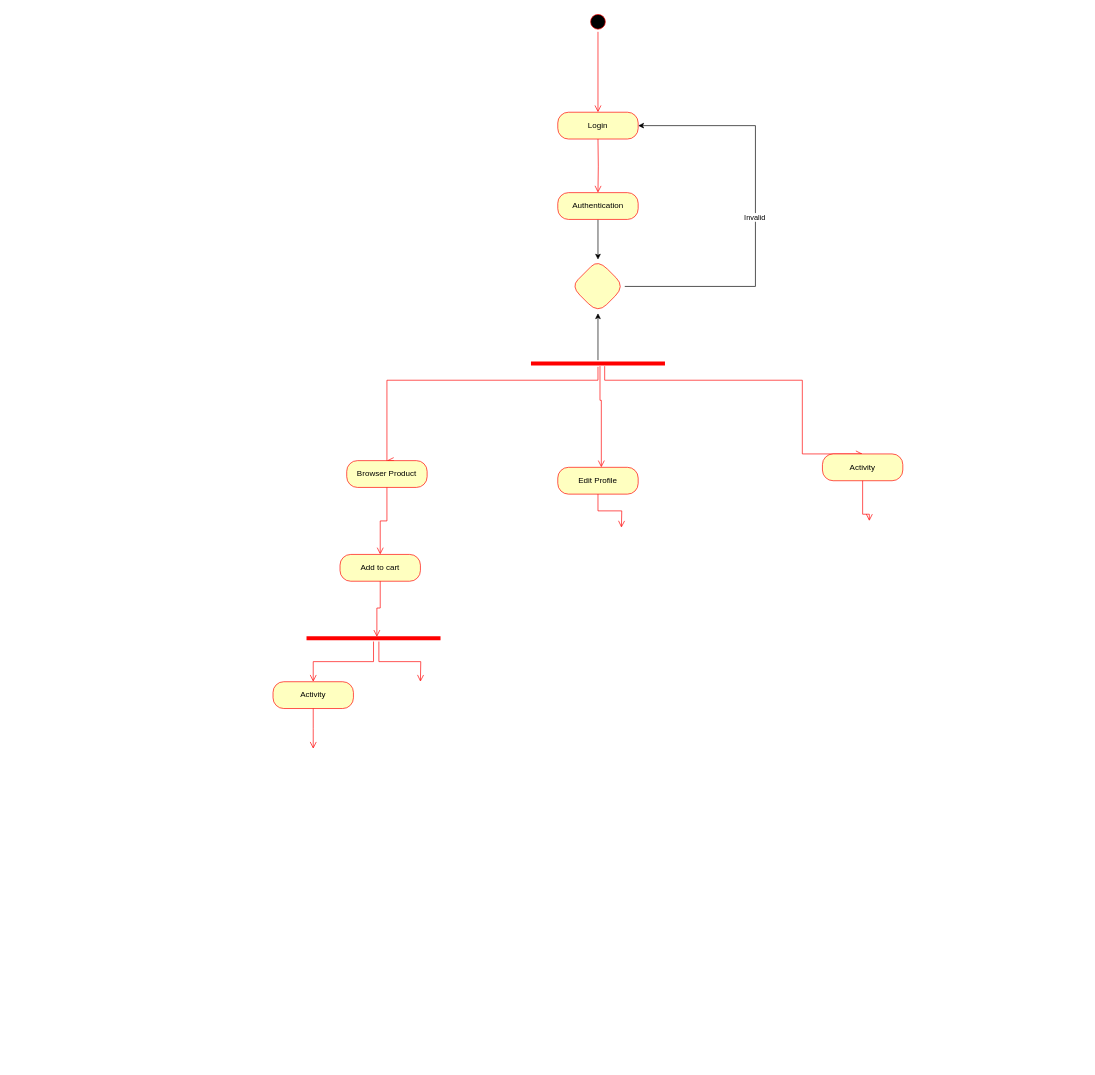
J-Massoda/Agri-business keeps this draw.io diagram as page "Page-2" (2 of 3) of agri-business class diagram.drawio. Above is the earlier version. Source tidied: cells renumbered, new cells numbered last; positions are measured from the earlier drawing's top-left corner, leaving out a move shared by most shapes. Both pictures are drawn from the tidied source at 67%, with x=0, y=0 at pixel (273, 11).
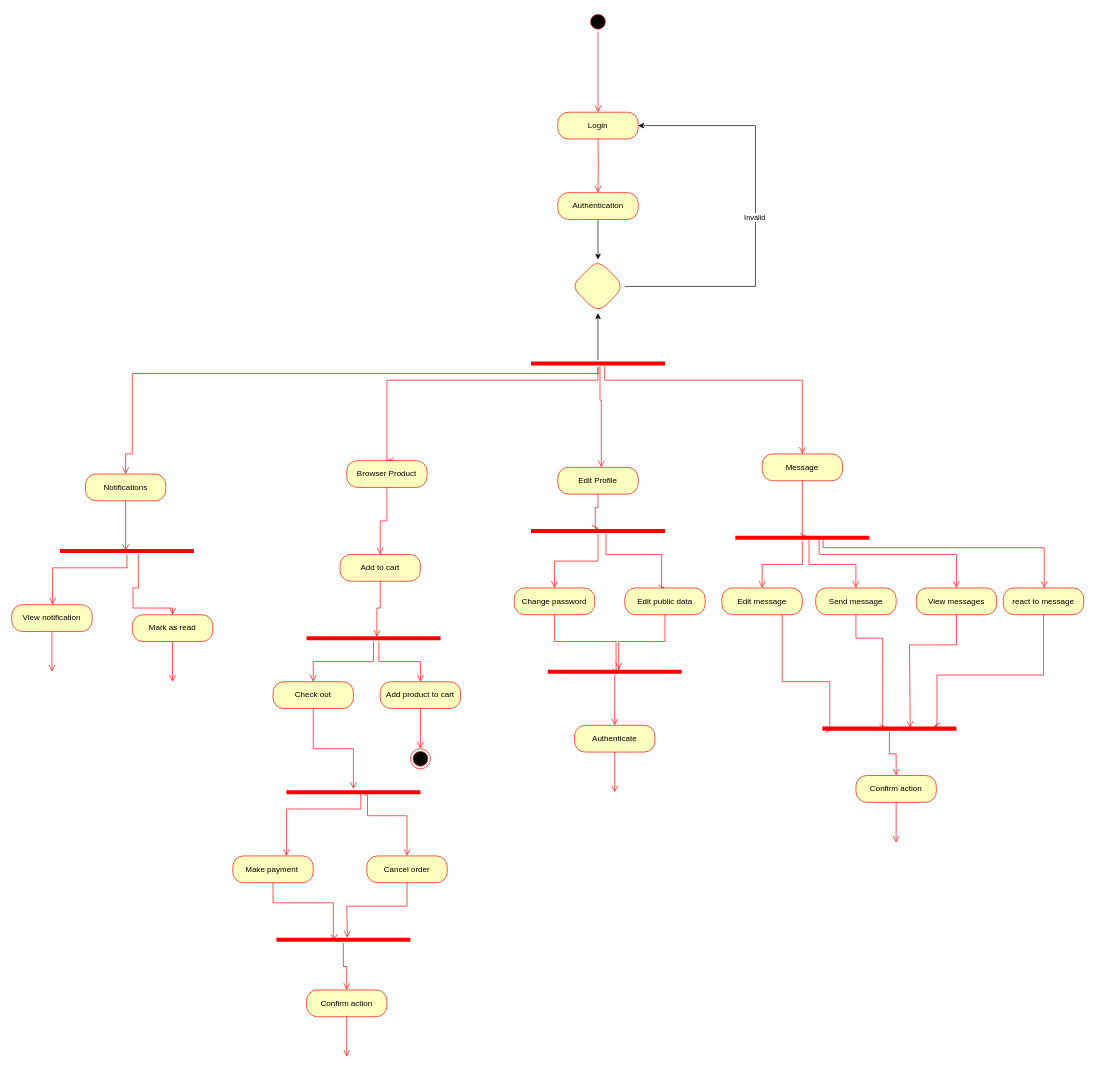
The same diagram, later.

Unchanged cells that the change refers to:
```xml
<mxCell id="10" style="shape=line;html=1;strokeWidth=6;strokeColor=#ff0000;" parent="1" vertex="1">
  <mxGeometry x="385" y="520" width="200" height="10" as="geometry" />
</mxCell>
<mxCell id="18" value="Edit Profile" style="rounded=1;whiteSpace=wrap;html=1;arcSize=40;fontColor=#000000;fillColor=#ffffc0;strokeColor=#ff0000;" parent="1" vertex="1">
  <mxGeometry x="425" y="680" width="120" height="40" as="geometry" />
</mxCell>
<mxCell id="24" style="shape=line;html=1;strokeWidth=6;strokeColor=#ff0000;" parent="1" vertex="1">
  <mxGeometry x="50" y="930" width="200" height="10" as="geometry" />
</mxCell>
```

Diff of the diagram source:
```diff
@@
-    <mxCell id="19" style="edgeStyle=orthogonalEdgeStyle;html=1;verticalAlign=bottom;endArrow=open;endSize=8;strokeColor=#ff0000;rounded=0;" parent="1" edge="1" source="18">
+    <mxCell id="19" style="edgeStyle=orthogonalEdgeStyle;html=1;verticalAlign=bottom;endArrow=open;endSize=8;strokeColor=#ff0000;rounded=0;entryX=0.505;entryY=0.1;entryDx=0;entryDy=0;entryPerimeter=0;" parent="1" edge="1" source="18" target="43">
       <mxGeometry relative="1" as="geometry">
-        <mxPoint x="520" y="770" as="targetPoint" />
+        <Array as="points">
+          <mxPoint x="485" y="740" />
+          <mxPoint x="481" y="740" />
+        </Array>
       </mxGeometry>
     </mxCell>
-    <mxCell id="20" value="Activity" style="rounded=1;whiteSpace=wrap;html=1;arcSize=40;fontColor=#000000;fillColor=#ffffc0;strokeColor=#ff0000;" parent="1" vertex="1">
-      <mxGeometry x="820" y="660" width="120" height="40" as="geometry" />
+    <mxCell id="20" value="Message" style="rounded=1;whiteSpace=wrap;html=1;arcSize=40;fontColor=#000000;fillColor=#ffffc0;strokeColor=#ff0000;" parent="1" vertex="1">
+      <mxGeometry x="730" y="660" width="120" height="40" as="geometry" />
     </mxCell>
-    <mxCell id="21" style="edgeStyle=orthogonalEdgeStyle;html=1;verticalAlign=bottom;endArrow=open;endSize=8;strokeColor=#ff0000;rounded=0;" parent="1" edge="1" source="20">
+    <mxCell id="21" style="edgeStyle=orthogonalEdgeStyle;html=1;verticalAlign=bottom;endArrow=open;endSize=8;strokeColor=#ff0000;rounded=0;entryX=0.535;entryY=0.3;entryDx=0;entryDy=0;entryPerimeter=0;" parent="1" edge="1" source="20" target="54">
       <mxGeometry relative="1" as="geometry">
-        <mxPoint x="890" y="760" as="targetPoint" />
         <Array as="points">
-          <mxPoint x="880" y="750" />
-          <mxPoint x="890" y="750" />
+          <mxPoint x="790" y="783" />
         </Array>
       </mxGeometry>
     </mxCell>
@@
-    <mxCell id="26" style="edgeStyle=orthogonalEdgeStyle;html=1;verticalAlign=bottom;endArrow=open;endSize=8;strokeColor=#ff0000;rounded=0;exitX=0.54;exitY=1;exitDx=0;exitDy=0;exitPerimeter=0;" parent="1" edge="1" source="24">
-      <mxGeometry relative="1" as="geometry">
-        <mxPoint x="220" y="1000" as="targetPoint" />
-      </mxGeometry>
+    <mxCell id="26" style="edgeStyle=orthogonalEdgeStyle;html=1;verticalAlign=bottom;endArrow=open;endSize=8;strokeColor=#ff0000;rounded=0;exitX=0.54;exitY=1;exitDx=0;exitDy=0;exitPerimeter=0;" parent="1" edge="1" source="24" target="29">
+      <mxGeometry relative="1" as="geometry" />
     </mxCell>
-    <mxCell id="27" value="Activity" style="rounded=1;whiteSpace=wrap;html=1;arcSize=40;fontColor=#000000;fillColor=#ffffc0;strokeColor=#ff0000;" parent="1" vertex="1">
+    <mxCell id="27" value="Check out" style="rounded=1;whiteSpace=wrap;html=1;arcSize=40;fontColor=#000000;fillColor=#ffffc0;strokeColor=#ff0000;" parent="1" vertex="1">
       <mxGeometry y="1000" width="120" height="40" as="geometry" />
     </mxCell>
-    <mxCell id="28" style="edgeStyle=orthogonalEdgeStyle;html=1;verticalAlign=bottom;endArrow=open;endSize=8;strokeColor=#ff0000;rounded=0;" parent="1" edge="1" source="27">
-      <mxGeometry relative="1" as="geometry">
-        <mxPoint x="60" y="1100" as="targetPoint" />
-      </mxGeometry>
+    <mxCell id="28" style="edgeStyle=orthogonalEdgeStyle;html=1;verticalAlign=bottom;endArrow=open;endSize=8;strokeColor=#ff0000;rounded=0;" parent="1" edge="1" source="27" target="32">
+      <mxGeometry relative="1" as="geometry" />
     </mxCell>
+    <mxCell id="29" value="Add product to cart" style="rounded=1;whiteSpace=wrap;html=1;arcSize=40;fontColor=#000000;fillColor=#ffffc0;strokeColor=#ff0000;" parent="1" vertex="1">
+      <mxGeometry x="160" y="1000" width="120" height="40" as="geometry" />
+    </mxCell>
+    <mxCell id="30" style="edgeStyle=orthogonalEdgeStyle;html=1;verticalAlign=bottom;endArrow=open;endSize=8;strokeColor=#ff0000;rounded=0;" parent="1" edge="1" source="29" target="31">
+      <mxGeometry relative="1" as="geometry" />
+    </mxCell>
+    <mxCell id="31" style="ellipse;html=1;shape=endState;fillColor=#000000;strokeColor=#ff0000;" parent="1" vertex="1">
+      <mxGeometry x="205" y="1100" width="30" height="30" as="geometry" />
+    </mxCell>
+    <mxCell id="32" style="shape=line;html=1;strokeWidth=6;strokeColor=#ff0000;" parent="1" vertex="1">
+      <mxGeometry x="20" y="1160" width="200" height="10" as="geometry" />
+    </mxCell>
+    <mxCell id="33" style="edgeStyle=orthogonalEdgeStyle;html=1;verticalAlign=bottom;endArrow=open;endSize=8;strokeColor=#ff0000;rounded=0;exitX=0.555;exitY=0.6;exitDx=0;exitDy=0;exitPerimeter=0;" parent="1" edge="1" source="32" target="34">
+      <mxGeometry relative="1" as="geometry">
+        <Array as="points">
+          <mxPoint x="131" y="1190" />
+          <mxPoint x="20" y="1190" />
+        </Array>
+      </mxGeometry>
+    </mxCell>
+    <mxCell id="34" value="Make payment&amp;nbsp;" style="rounded=1;whiteSpace=wrap;html=1;arcSize=40;fontColor=#000000;fillColor=#ffffc0;strokeColor=#ff0000;" parent="1" vertex="1">
+      <mxGeometry x="-60" y="1260" width="120" height="40" as="geometry" />
+    </mxCell>
+    <mxCell id="35" style="edgeStyle=orthogonalEdgeStyle;html=1;verticalAlign=bottom;endArrow=open;endSize=8;strokeColor=#ff0000;rounded=0;entryX=0.43;entryY=0.7;entryDx=0;entryDy=0;entryPerimeter=0;" parent="1" edge="1" source="34" target="39">
+      <mxGeometry relative="1" as="geometry">
+        <Array as="points">
+          <mxPoint y="1330" />
+          <mxPoint x="90" y="1330" />
+          <mxPoint x="90" y="1380" />
+          <mxPoint x="91" y="1380" />
+        </Array>
+      </mxGeometry>
+    </mxCell>
+    <mxCell id="36" value="Cancel order" style="rounded=1;whiteSpace=wrap;html=1;arcSize=40;fontColor=#000000;fillColor=#ffffc0;strokeColor=#ff0000;" parent="1" vertex="1">
+      <mxGeometry x="140" y="1260" width="120" height="40" as="geometry" />
+    </mxCell>
+    <mxCell id="37" style="edgeStyle=orthogonalEdgeStyle;html=1;verticalAlign=bottom;endArrow=open;endSize=8;strokeColor=#ff0000;rounded=0;entryX=0.53;entryY=0.2;entryDx=0;entryDy=0;entryPerimeter=0;" parent="1" edge="1" source="36" target="39">
+      <mxGeometry relative="1" as="geometry">
+        <Array as="points">
+          <mxPoint x="200" y="1335" />
+          <mxPoint x="110" y="1335" />
+        </Array>
+      </mxGeometry>
+    </mxCell>
+    <mxCell id="38" style="edgeStyle=orthogonalEdgeStyle;html=1;verticalAlign=bottom;endArrow=open;endSize=8;strokeColor=#ff0000;rounded=0;exitX=0.58;exitY=0.9;exitDx=0;exitDy=0;exitPerimeter=0;" parent="1" edge="1" source="32" target="36">
+      <mxGeometry relative="1" as="geometry">
+        <Array as="points">
+          <mxPoint x="141" y="1169" />
+          <mxPoint x="141" y="1200" />
+          <mxPoint x="200" y="1200" />
+        </Array>
+      </mxGeometry>
+    </mxCell>
+    <mxCell id="39" style="shape=line;html=1;strokeWidth=6;strokeColor=#ff0000;" parent="1" vertex="1">
+      <mxGeometry x="5" y="1380" width="200" height="10" as="geometry" />
+    </mxCell>
+    <mxCell id="40" style="edgeStyle=orthogonalEdgeStyle;html=1;verticalAlign=bottom;endArrow=open;endSize=8;strokeColor=#ff0000;rounded=0;" parent="1" edge="1" source="39" target="41">
+      <mxGeometry relative="1" as="geometry" />
+    </mxCell>
+    <mxCell id="41" value="Confirm action" style="rounded=1;whiteSpace=wrap;html=1;arcSize=40;fontColor=#000000;fillColor=#ffffc0;strokeColor=#ff0000;" parent="1" vertex="1">
+      <mxGeometry x="50" y="1460" width="120" height="40" as="geometry" />
+    </mxCell>
+    <mxCell id="42" style="edgeStyle=orthogonalEdgeStyle;html=1;verticalAlign=bottom;endArrow=open;endSize=8;strokeColor=#ff0000;rounded=0;" parent="1" edge="1" source="41">
+      <mxGeometry relative="1" as="geometry">
+        <mxPoint x="110" y="1560" as="targetPoint" />
+      </mxGeometry>
+    </mxCell>
+    <mxCell id="43" style="shape=line;html=1;strokeWidth=6;strokeColor=#ff0000;" parent="1" vertex="1">
+      <mxGeometry x="385" y="770" width="200" height="10" as="geometry" />
+    </mxCell>
+    <mxCell id="44" style="edgeStyle=orthogonalEdgeStyle;html=1;verticalAlign=bottom;endArrow=open;endSize=8;strokeColor=#ff0000;rounded=0;" parent="1" edge="1" source="43" target="46">
+      <mxGeometry relative="1" as="geometry" />
+    </mxCell>
+    <mxCell id="45" style="edgeStyle=orthogonalEdgeStyle;html=1;verticalAlign=bottom;endArrow=open;endSize=8;strokeColor=#ff0000;rounded=0;exitX=0.56;exitY=0.9;exitDx=0;exitDy=0;exitPerimeter=0;entryX=0.5;entryY=0;entryDx=0;entryDy=0;" parent="1" edge="1" source="43" target="48">
+      <mxGeometry relative="1" as="geometry">
+        <Array as="points">
+          <mxPoint x="497" y="810" />
+          <mxPoint x="580" y="810" />
+          <mxPoint x="580" y="860" />
+        </Array>
+      </mxGeometry>
+    </mxCell>
+    <mxCell id="46" value="Change password" style="rounded=1;whiteSpace=wrap;html=1;arcSize=40;fontColor=#000000;fillColor=#ffffc0;strokeColor=#ff0000;" parent="1" vertex="1">
+      <mxGeometry x="360" y="860" width="120" height="40" as="geometry" />
+    </mxCell>
+    <mxCell id="47" style="edgeStyle=orthogonalEdgeStyle;html=1;verticalAlign=bottom;endArrow=open;endSize=8;strokeColor=#ff0000;rounded=0;entryX=0.51;entryY=1;entryDx=0;entryDy=0;entryPerimeter=0;" parent="1" edge="1" source="46" target="50">
+      <mxGeometry relative="1" as="geometry">
+        <Array as="points">
+          <mxPoint x="420" y="940" />
+          <mxPoint x="512" y="940" />
+        </Array>
+      </mxGeometry>
+    </mxCell>
+    <mxCell id="48" value="Edit public data" style="rounded=1;whiteSpace=wrap;html=1;arcSize=40;fontColor=#000000;fillColor=#ffffc0;strokeColor=#ff0000;" parent="1" vertex="1">
+      <mxGeometry x="525" y="860" width="120" height="40" as="geometry" />
+    </mxCell>
+    <mxCell id="49" style="edgeStyle=orthogonalEdgeStyle;html=1;verticalAlign=bottom;endArrow=open;endSize=8;strokeColor=#ff0000;rounded=0;entryX=0.53;entryY=0.2;entryDx=0;entryDy=0;entryPerimeter=0;" parent="1" edge="1" source="48" target="50">
+      <mxGeometry relative="1" as="geometry" />
+    </mxCell>
+    <mxCell id="50" style="shape=line;html=1;strokeWidth=6;strokeColor=#ff0000;" parent="1" vertex="1">
+      <mxGeometry x="410" y="980" width="200" height="10" as="geometry" />
+    </mxCell>
+    <mxCell id="51" style="edgeStyle=orthogonalEdgeStyle;html=1;verticalAlign=bottom;endArrow=open;endSize=8;strokeColor=#ff0000;rounded=0;" parent="1" edge="1" source="50" target="52">
+      <mxGeometry relative="1" as="geometry" />
+    </mxCell>
+    <mxCell id="52" value="Authenticate" style="rounded=1;whiteSpace=wrap;html=1;arcSize=40;fontColor=#000000;fillColor=#ffffc0;strokeColor=#ff0000;" parent="1" vertex="1">
+      <mxGeometry x="450" y="1065" width="120" height="40" as="geometry" />
+    </mxCell>
+    <mxCell id="53" style="edgeStyle=orthogonalEdgeStyle;html=1;verticalAlign=bottom;endArrow=open;endSize=8;strokeColor=#ff0000;rounded=0;" parent="1" edge="1" source="52">
+      <mxGeometry relative="1" as="geometry">
+        <mxPoint x="510" y="1165" as="targetPoint" />
+      </mxGeometry>
+    </mxCell>
+    <mxCell id="54" style="shape=line;html=1;strokeWidth=6;strokeColor=#ff0000;" parent="1" vertex="1">
+      <mxGeometry x="690" y="780" width="200" height="10" as="geometry" />
+    </mxCell>
+    <mxCell id="55" style="edgeStyle=orthogonalEdgeStyle;html=1;verticalAlign=bottom;endArrow=open;endSize=8;strokeColor=#ff0000;rounded=0;" parent="1" edge="1" source="54" target="59">
+      <mxGeometry relative="1" as="geometry" />
+    </mxCell>
+    <mxCell id="56" style="edgeStyle=orthogonalEdgeStyle;html=1;verticalAlign=bottom;endArrow=open;endSize=8;strokeColor=#ff0000;rounded=0;exitX=0.55;exitY=0.8;exitDx=0;exitDy=0;exitPerimeter=0;" parent="1" edge="1" source="54" target="62">
+      <mxGeometry relative="1" as="geometry" />
+    </mxCell>
+    <mxCell id="57" style="edgeStyle=orthogonalEdgeStyle;html=1;verticalAlign=bottom;endArrow=open;endSize=8;strokeColor=#ff0000;rounded=0;exitX=0.655;exitY=0.7;exitDx=0;exitDy=0;exitPerimeter=0;" parent="1" edge="1" source="54" target="66">
+      <mxGeometry relative="1" as="geometry">
+        <Array as="points">
+          <mxPoint x="821" y="800" />
+          <mxPoint x="1151" y="800" />
+        </Array>
+      </mxGeometry>
+    </mxCell>
+    <mxCell id="58" style="edgeStyle=orthogonalEdgeStyle;html=1;verticalAlign=bottom;endArrow=open;endSize=8;strokeColor=#ff0000;rounded=0;exitX=0.625;exitY=0.7;exitDx=0;exitDy=0;exitPerimeter=0;" parent="1" edge="1" source="54" target="64">
+      <mxGeometry relative="1" as="geometry">
+        <Array as="points">
+          <mxPoint x="815" y="810" />
+          <mxPoint x="1020" y="810" />
+        </Array>
+      </mxGeometry>
+    </mxCell>
+    <mxCell id="59" value="Edit message" style="rounded=1;whiteSpace=wrap;html=1;arcSize=40;fontColor=#000000;fillColor=#ffffc0;strokeColor=#ff0000;" parent="1" vertex="1">
+      <mxGeometry x="670" y="860" width="120" height="40" as="geometry" />
+    </mxCell>
+    <mxCell id="60" style="edgeStyle=orthogonalEdgeStyle;html=1;verticalAlign=bottom;endArrow=open;endSize=8;strokeColor=#ff0000;rounded=0;entryX=0.075;entryY=0.6;entryDx=0;entryDy=0;entryPerimeter=0;" parent="1" edge="1" source="59" target="68">
+      <mxGeometry relative="1" as="geometry">
+        <Array as="points">
+          <mxPoint x="760" y="1000" />
+          <mxPoint x="831" y="1000" />
+          <mxPoint x="831" y="1071" />
+        </Array>
+      </mxGeometry>
+    </mxCell>
+    <mxCell id="61" style="edgeStyle=orthogonalEdgeStyle;rounded=0;jettySize=auto;html=1;exitX=0;exitY=0.5;exitDx=0;exitDy=0;" parent="1" edge="1" source="62">
+      <mxGeometry relative="1" as="geometry">
+        <mxPoint x="820" y="890" as="targetPoint" />
+      </mxGeometry>
+    </mxCell>
+    <mxCell id="62" value="Send message" style="rounded=1;whiteSpace=wrap;html=1;arcSize=40;fontColor=#000000;fillColor=#ffffc0;strokeColor=#ff0000;" parent="1" vertex="1">
+      <mxGeometry x="810" y="860" width="120" height="40" as="geometry" />
+    </mxCell>
+    <mxCell id="63" style="edgeStyle=orthogonalEdgeStyle;html=1;verticalAlign=bottom;endArrow=open;endSize=8;strokeColor=#ff0000;rounded=0;entryX=0.475;entryY=0.3;entryDx=0;entryDy=0;entryPerimeter=0;" parent="1" edge="1" source="62" target="68">
+      <mxGeometry relative="1" as="geometry">
+        <Array as="points">
+          <mxPoint x="870" y="935" />
+          <mxPoint x="910" y="935" />
+          <mxPoint x="910" y="1068" />
+        </Array>
+      </mxGeometry>
+    </mxCell>
+    <mxCell id="64" value="View messages" style="rounded=1;whiteSpace=wrap;html=1;arcSize=40;fontColor=#000000;fillColor=#ffffc0;strokeColor=#ff0000;" parent="1" vertex="1">
+      <mxGeometry x="960" y="860" width="120" height="40" as="geometry" />
+    </mxCell>
+    <mxCell id="65" style="edgeStyle=orthogonalEdgeStyle;html=1;verticalAlign=bottom;endArrow=open;endSize=8;strokeColor=#ff0000;rounded=0;entryX=0.655;entryY=0.4;entryDx=0;entryDy=0;entryPerimeter=0;" parent="1" edge="1" source="64" target="68">
+      <mxGeometry relative="1" as="geometry">
+        <Array as="points">
+          <mxPoint x="1020" y="945" />
+          <mxPoint x="950" y="945" />
+        </Array>
+      </mxGeometry>
+    </mxCell>
+    <mxCell id="66" value="react to message" style="rounded=1;whiteSpace=wrap;html=1;arcSize=40;fontColor=#000000;fillColor=#ffffc0;strokeColor=#ff0000;" parent="1" vertex="1">
+      <mxGeometry x="1090" y="860" width="120" height="40" as="geometry" />
+    </mxCell>
+    <mxCell id="67" style="edgeStyle=orthogonalEdgeStyle;html=1;verticalAlign=bottom;endArrow=open;endSize=8;strokeColor=#ff0000;rounded=0;entryX=0.83;entryY=0.1;entryDx=0;entryDy=0;entryPerimeter=0;" parent="1" edge="1" source="66" target="68">
+      <mxGeometry relative="1" as="geometry">
+        <Array as="points">
+          <mxPoint x="1150" y="990" />
+          <mxPoint x="991" y="990" />
+          <mxPoint x="991" y="1066" />
+        </Array>
+      </mxGeometry>
+    </mxCell>
+    <mxCell id="68" style="shape=line;html=1;strokeWidth=6;strokeColor=#ff0000;" parent="1" vertex="1">
+      <mxGeometry x="820" y="1065" width="200" height="10" as="geometry" />
+    </mxCell>
+    <mxCell id="69" style="edgeStyle=orthogonalEdgeStyle;html=1;verticalAlign=bottom;endArrow=open;endSize=8;strokeColor=#ff0000;rounded=0;" parent="1" edge="1" source="68" target="70">
+      <mxGeometry relative="1" as="geometry" />
+    </mxCell>
+    <mxCell id="70" value="Confirm action" style="rounded=1;whiteSpace=wrap;html=1;arcSize=40;fontColor=#000000;fillColor=#ffffc0;strokeColor=#ff0000;" parent="1" vertex="1">
+      <mxGeometry x="870" y="1140" width="120" height="40" as="geometry" />
+    </mxCell>
+    <mxCell id="71" style="edgeStyle=orthogonalEdgeStyle;html=1;verticalAlign=bottom;endArrow=open;endSize=8;strokeColor=#ff0000;rounded=0;" parent="1" edge="1" source="70">
+      <mxGeometry relative="1" as="geometry">
+        <mxPoint x="930" y="1240" as="targetPoint" />
+      </mxGeometry>
+    </mxCell>
+    <mxCell id="72" style="edgeStyle=orthogonalEdgeStyle;html=1;verticalAlign=bottom;endArrow=open;endSize=8;strokeColor=#ff0000;rounded=0;" parent="1" edge="1" source="10" target="73">
+      <mxGeometry relative="1" as="geometry">
+        <Array as="points">
+          <mxPoint x="485" y="540" />
+          <mxPoint x="-210" y="540" />
+          <mxPoint x="-210" y="660" />
+          <mxPoint x="-220" y="660" />
+        </Array>
+      </mxGeometry>
+    </mxCell>
+    <mxCell id="73" value="Notifications" style="rounded=1;whiteSpace=wrap;html=1;arcSize=40;fontColor=#000000;fillColor=#ffffc0;strokeColor=#ff0000;" parent="1" vertex="1">
+      <mxGeometry x="-280" y="690" width="120" height="40" as="geometry" />
+    </mxCell>
+    <mxCell id="74" style="edgeStyle=orthogonalEdgeStyle;html=1;verticalAlign=bottom;endArrow=open;endSize=8;strokeColor=#ff0000;rounded=0;entryX=0.49;entryY=0.5;entryDx=0;entryDy=0;entryPerimeter=0;" parent="1" edge="1" source="73" target="75">
+      <mxGeometry relative="1" as="geometry" />
+    </mxCell>
+    <mxCell id="75" style="shape=line;html=1;strokeWidth=6;strokeColor=#ff0000;" parent="1" vertex="1">
+      <mxGeometry x="-318" y="800" width="200" height="10" as="geometry" />
+    </mxCell>
+    <mxCell id="76" style="edgeStyle=orthogonalEdgeStyle;html=1;verticalAlign=bottom;endArrow=open;endSize=8;strokeColor=#ff0000;rounded=0;" parent="1" edge="1" source="75" target="78">
+      <mxGeometry relative="1" as="geometry">
+        <Array as="points">
+          <mxPoint x="-218" y="830" />
+          <mxPoint x="-329" y="830" />
+        </Array>
+      </mxGeometry>
+    </mxCell>
+    <mxCell id="77" style="edgeStyle=orthogonalEdgeStyle;html=1;verticalAlign=bottom;endArrow=open;endSize=8;strokeColor=#ff0000;rounded=0;exitX=0.585;exitY=0.9;exitDx=0;exitDy=0;exitPerimeter=0;" parent="1" edge="1" source="75" target="80">
+      <mxGeometry relative="1" as="geometry">
+        <Array as="points">
+          <mxPoint x="-201" y="860" />
+          <mxPoint x="-209" y="860" />
+          <mxPoint x="-209" y="890" />
+          <mxPoint x="-150" y="890" />
+        </Array>
+      </mxGeometry>
+    </mxCell>
+    <mxCell id="78" value="View notification" style="rounded=1;whiteSpace=wrap;html=1;arcSize=40;fontColor=#000000;fillColor=#ffffc0;strokeColor=#ff0000;" parent="1" vertex="1">
+      <mxGeometry x="-390" y="885" width="120" height="40" as="geometry" />
+    </mxCell>
+    <mxCell id="79" style="edgeStyle=orthogonalEdgeStyle;html=1;verticalAlign=bottom;endArrow=open;endSize=8;strokeColor=#ff0000;rounded=0;" parent="1" edge="1" source="78">
+      <mxGeometry relative="1" as="geometry">
+        <mxPoint x="-330" y="985" as="targetPoint" />
+      </mxGeometry>
+    </mxCell>
+    <mxCell id="80" value="Mark as read" style="rounded=1;whiteSpace=wrap;html=1;arcSize=40;fontColor=#000000;fillColor=#ffffc0;strokeColor=#ff0000;" parent="1" vertex="1">
+      <mxGeometry x="-210" y="900" width="120" height="40" as="geometry" />
+    </mxCell>
+    <mxCell id="81" style="edgeStyle=orthogonalEdgeStyle;html=1;verticalAlign=bottom;endArrow=open;endSize=8;strokeColor=#ff0000;rounded=0;" parent="1" edge="1" source="80">
+      <mxGeometry relative="1" as="geometry">
+        <mxPoint x="-150" y="1000" as="targetPoint" />
+      </mxGeometry>
+    </mxCell>
```
